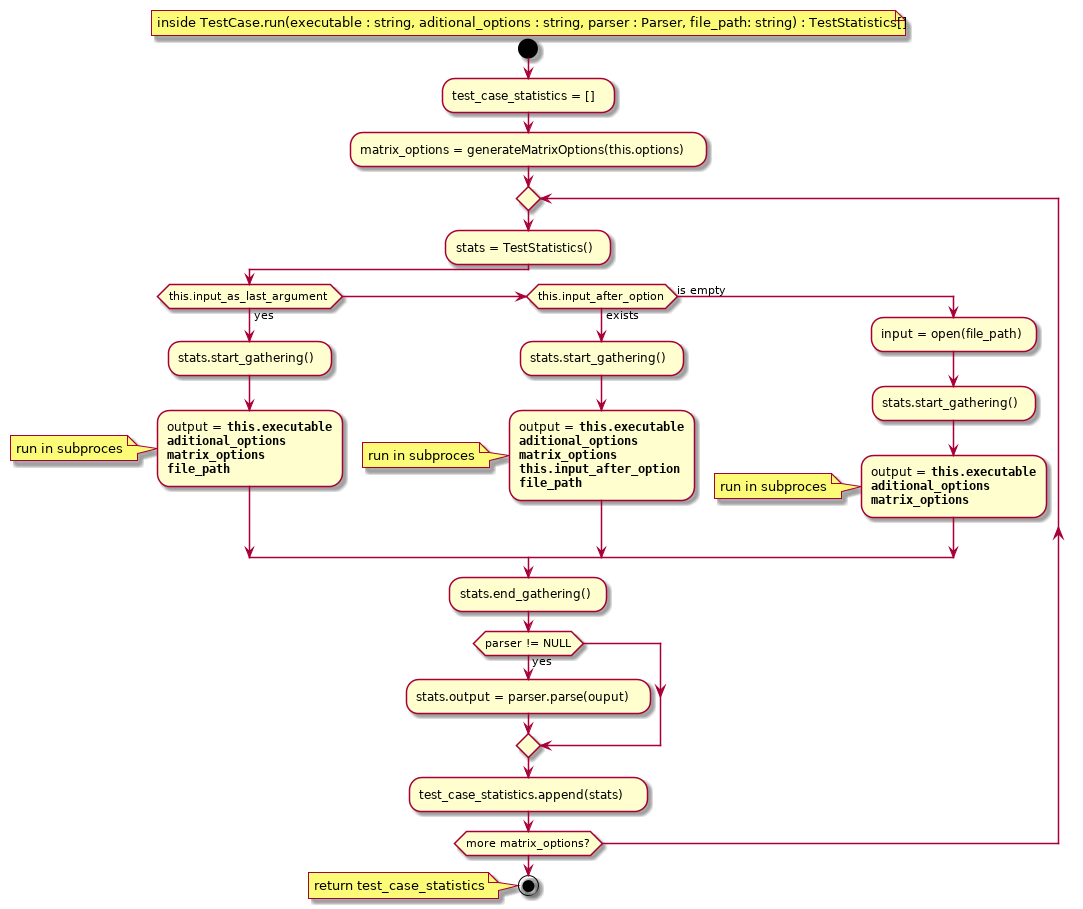
The PlantUML diagram benchmark/activity_diagrams/test_case_run.png in Mateusz-Grzelinski/set-research-documentation, before a commit.
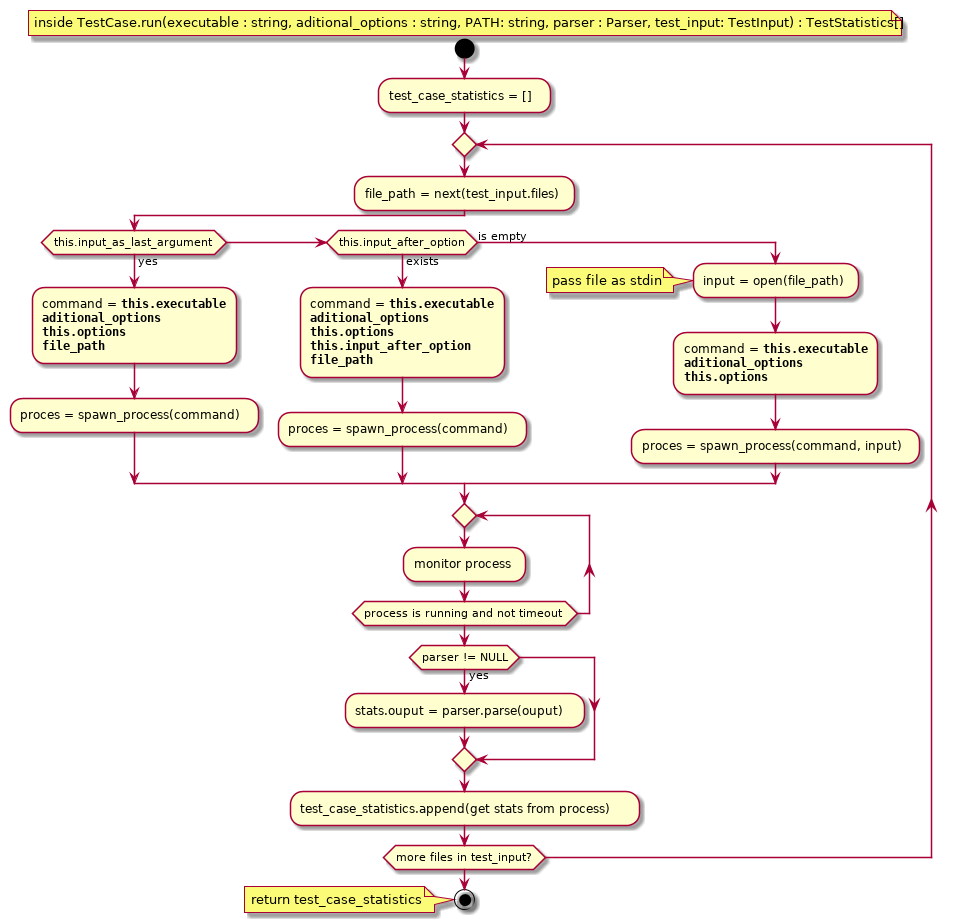
The same diagram one commit later.

Change to the diagram source:
```diff
@@ -1,41 +1,43 @@
 @startuml
-floating note: inside TestCase.run(executable : string, aditional_options : string, parser : Parser, file_path: string) : TestStatistics[]
+floating note: inside TestCase.run(executable : string, aditional_options : string, PATH: string, parser : Parser, test_input: TestInput) : TestStatistics[]
 start
 
 :test_case_statistics = [];
-:matrix_options = generateMatrixOptions(this.options);
 repeat
-:stats = TestStatistics();
+:file_path = next(test_input.files);
 if (this.input_as_last_argument) then (yes)
-  :stats.start_gathering();
-  :output = <b>""this.executable""
+  :command = <b>""this.executable""
   <b>""aditional_options""
-  <b>""matrix_options""
+  <b>""this.options""
   <b>""file_path"";
-  note: run in subproces
+:proces = spawn_process(command);
 elseif (this.input_after_option) then (exists)
-  :stats.start_gathering();
-  :output = <b>""this.executable""
+  :command = <b>""this.executable""
   <b>""aditional_options""
-  <b>""matrix_options""
+  <b>""this.options""
   <b>""this.input_after_option""
   <b>""file_path"";
-  note: run in subproces
+:proces = spawn_process(command);
 else (is empty)
   :input = open(file_path);
-  :stats.start_gathering();
-  :output = <b>""this.executable""
+  note: pass file as stdin
+  :command = <b>""this.executable""
   <b>""aditional_options""
-  <b>""matrix_options"";
-  note: run in subproces
+  <b>""this.options"";
+:proces = spawn_process(command, input);
 endif
-:stats.end_gathering();
+
+
+repeat
+:monitor process;
+repeat while (process is running and not timeout)
 
 if (parser != NULL) then (yes)
-  :stats.output = parser.parse(ouput);
+  :stats.ouput = parser.parse(ouput);
 endif
-:test_case_statistics.append(stats);
-repeat while (more matrix_options?)
+
+:test_case_statistics.append(get stats from process);
+repeat while (more files in test_input?)
 
 stop
 note: return test_case_statistics
```
